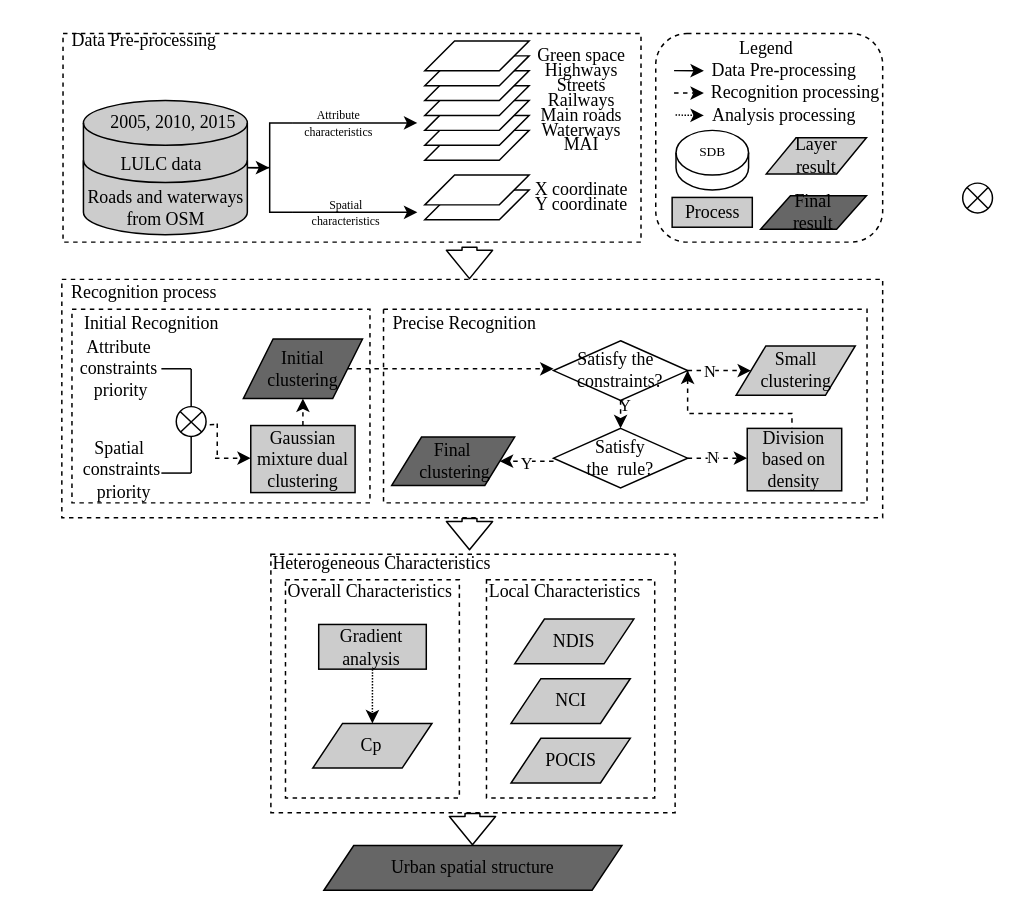
Earlier version of the draw.io diagram Untitled Diagram.drawio (xiaotongtongxue/flowChar). Source tidied: cells renumbered, new cells numbered last; positions are measured from the earlier drawing's top-left corner, leaving out a move shared by most shapes. Both pictures are drawn from the tidied source at 149%, with x=0, y=0 at pixel (52, 25).
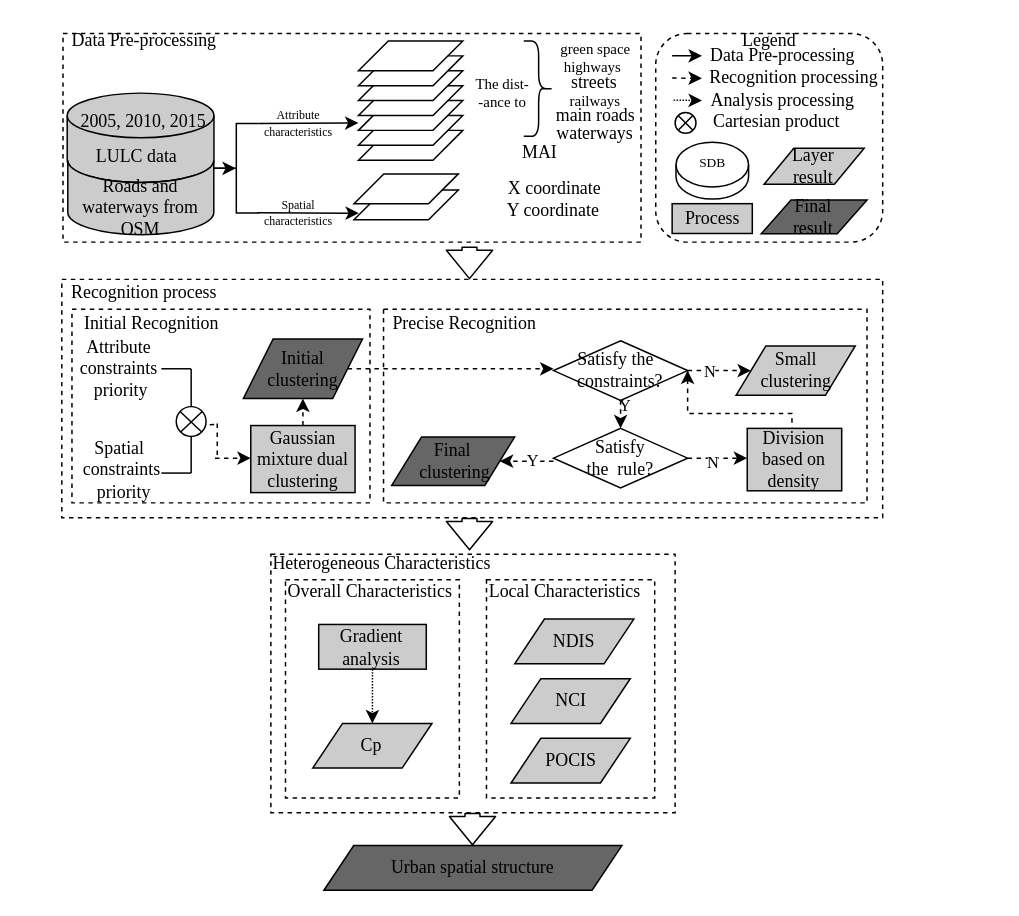
After the change.

What changed in the source:
```diff
@@
+    <mxCell id="7" style="rounded=0;whiteSpace=wrap;html=1;dashed=1;fillColor=none;" parent="1" vertex="1">
+      <mxGeometry x="6.8" y="5" width="387.9" height="140" as="geometry" />
+    </mxCell>
@@
     <mxCell id="6" style="endArrow=classic;html=1;exitX=1;exitY=0;exitDx=0;exitDy=0;exitPerimeter=0;" parent="1" edge="1" source="53">
       <mxGeometry relative="1" as="geometry">
-        <mxPoint x="244.6" y="65" as="targetPoint" />
+        <mxPoint x="205.1" y="65" as="targetPoint" />
       </mxGeometry>
     </mxCell>
-    <mxCell id="7" style="rounded=0;whiteSpace=wrap;html=1;dashed=1;fillColor=none;" parent="1" vertex="1">
-      <mxGeometry x="6.8" y="5" width="387.9" height="140" as="geometry" />
-    </mxCell>
     <mxCell id="8" value="LULC data&amp;nbsp;&amp;nbsp;" style="shape=cylinder3;whiteSpace=wrap;html=1;boundedLbl=1;backgroundOutline=1;size=15;fontFamily=Times New Roman;shadow=0;fillColor=#CCCCCC;" parent="1" vertex="1">
-      <mxGeometry x="20.5" y="50" width="110" height="60" as="geometry" />
+      <mxGeometry x="9.6" y="45" width="98.5" height="60" as="geometry" />
     </mxCell>
     <mxCell id="9" value="2005, 2010, 2015" style="text;html=1;strokeColor=none;fillColor=none;align=center;verticalAlign=middle;whiteSpace=wrap;rounded=0;fontFamily=Times New Roman;" parent="1" vertex="1">
-      <mxGeometry x="0.5" y="60" width="160" height="10" as="geometry" />
+      <mxGeometry x="-18.9" y="59" width="160" height="10" as="geometry" />
     </mxCell>
     <mxCell id="10" value="&lt;span&gt;Roads and waterways from OSM&lt;/span&gt;" style="shape=cylinder3;whiteSpace=wrap;html=1;boundedLbl=1;backgroundOutline=1;size=15;lid=0;fontFamily=Times New Roman;fillColor=#CCCCCC;" parent="1" vertex="1">
-      <mxGeometry x="20.5" y="90" width="110" height="50" as="geometry" />
+      <mxGeometry x="10" y="90" width="98" height="50" as="geometry" />
     </mxCell>
     <mxCell id="11" style="shape=parallelogram;perimeter=parallelogramPerimeter;whiteSpace=wrap;html=1;fixedSize=1;fontFamily=Times New Roman;" parent="1" vertex="1">
-      <mxGeometry x="249.6" y="70" width="70" height="20" as="geometry" />
+      <mxGeometry x="205.1" y="70" width="70" height="20" as="geometry" />
     </mxCell>
     <mxCell id="12" style="shape=parallelogram;perimeter=parallelogramPerimeter;whiteSpace=wrap;html=1;fixedSize=1;fontFamily=Times New Roman;" parent="1" vertex="1">
-      <mxGeometry x="249.6" y="60" width="70" height="20" as="geometry" />
+      <mxGeometry x="205.1" y="60" width="70" height="20" as="geometry" />
     </mxCell>
     <mxCell id="13" style="shape=parallelogram;perimeter=parallelogramPerimeter;whiteSpace=wrap;html=1;fixedSize=1;fontFamily=Times New Roman;" parent="1" vertex="1">
-      <mxGeometry x="249.6" y="50" width="70" height="20" as="geometry" />
+      <mxGeometry x="205.1" y="50" width="70" height="20" as="geometry" />
     </mxCell>
     <mxCell id="14" style="shape=parallelogram;perimeter=parallelogramPerimeter;whiteSpace=wrap;html=1;fixedSize=1;fontFamily=Times New Roman;" parent="1" vertex="1">
-      <mxGeometry x="249.6" y="40" width="70" height="20" as="geometry" />
+      <mxGeometry x="205.1" y="40" width="70" height="20" as="geometry" />
     </mxCell>
     <mxCell id="15" style="shape=parallelogram;perimeter=parallelogramPerimeter;whiteSpace=wrap;html=1;fixedSize=1;fontFamily=Times New Roman;" parent="1" vertex="1">
-      <mxGeometry x="249.6" y="30" width="70" height="20" as="geometry" />
+      <mxGeometry x="205.1" y="30" width="70" height="20" as="geometry" />
     </mxCell>
     <mxCell id="16" style="shape=parallelogram;perimeter=parallelogramPerimeter;whiteSpace=wrap;html=1;fixedSize=1;fontFamily=Times New Roman;" parent="1" vertex="1">
-      <mxGeometry x="249.6" y="20" width="70" height="20" as="geometry" />
+      <mxGeometry x="205.1" y="20" width="70" height="20" as="geometry" />
     </mxCell>
     <mxCell id="17" style="shape=parallelogram;perimeter=parallelogramPerimeter;whiteSpace=wrap;html=1;fixedSize=1;fontFamily=Times New Roman;" parent="1" vertex="1">
-      <mxGeometry x="249.6" y="10" width="70" height="20" as="geometry" />
+      <mxGeometry x="205.1" y="10" width="70" height="20" as="geometry" />
     </mxCell>
     <mxCell id="18" style="shape=parallelogram;perimeter=parallelogramPerimeter;whiteSpace=wrap;html=1;fixedSize=1;fontFamily=Times New Roman;" parent="1" vertex="1">
-      <mxGeometry x="249.6" y="110" width="70" height="20" as="geometry" />
+      <mxGeometry x="202.1" y="110" width="70" height="20" as="geometry" />
     </mxCell>
     <mxCell id="19" style="shape=parallelogram;perimeter=parallelogramPerimeter;whiteSpace=wrap;html=1;fixedSize=1;fontFamily=Times New Roman;" parent="1" vertex="1">
-      <mxGeometry x="249.6" y="100" width="70" height="20" as="geometry" />
+      <mxGeometry x="202.1" y="99.2" width="70" height="20" as="geometry" />
     </mxCell>
-    <mxCell id="20" value="&lt;div&gt;Green space&lt;/div&gt;" style="text;html=1;strokeColor=none;fillColor=none;align=center;verticalAlign=middle;whiteSpace=wrap;rounded=0;fontFamily=Times New Roman;" parent="1" vertex="1">
-      <mxGeometry x="309.6" y="10" width="90" height="20" as="geometry" />
+    <mxCell id="20" value="&lt;div&gt;&lt;font style=&quot;font-size: 10px;&quot;&gt;green space&lt;/font&gt;&lt;/div&gt;" style="text;html=1;strokeColor=none;fillColor=none;align=center;verticalAlign=middle;whiteSpace=wrap;rounded=0;fontFamily=Times New Roman;" parent="1" vertex="1">
+      <mxGeometry x="324.5" y="5" width="78.6" height="20" as="geometry" />
     </mxCell>
-    <mxCell id="21" value="&lt;div&gt;Highways&lt;/div&gt;" style="text;html=1;strokeColor=none;fillColor=none;align=center;verticalAlign=middle;whiteSpace=wrap;rounded=0;fontFamily=Times New Roman;" parent="1" vertex="1">
-      <mxGeometry x="309.6" y="20" width="90" height="20" as="geometry" />
+    <mxCell id="21" value="&lt;div&gt;&lt;font style=&quot;font-size: 10px;&quot;&gt;highways&lt;/font&gt;&lt;/div&gt;" style="text;html=1;strokeColor=none;fillColor=none;align=center;verticalAlign=middle;whiteSpace=wrap;rounded=0;fontFamily=Times New Roman;" parent="1" vertex="1">
+      <mxGeometry x="328" y="17" width="68.6" height="20" as="geometry" />
     </mxCell>
-    <mxCell id="22" value="Streets" style="text;html=1;strokeColor=none;fillColor=none;align=center;verticalAlign=middle;whiteSpace=wrap;rounded=0;fontFamily=Times New Roman;" parent="1" vertex="1">
-      <mxGeometry x="309.6" y="35" width="90" height="10" as="geometry" />
+    <mxCell id="22" value="streets" style="text;html=1;strokeColor=none;fillColor=none;align=center;verticalAlign=middle;whiteSpace=wrap;rounded=0;fontFamily=Times New Roman;" parent="1" vertex="1">
+      <mxGeometry x="338.4" y="33" width="50.9" height="10" as="geometry" />
     </mxCell>
-    <mxCell id="23" value="&lt;div&gt;Railways&lt;/div&gt;" style="text;html=1;strokeColor=none;fillColor=none;align=center;verticalAlign=middle;whiteSpace=wrap;rounded=0;fontFamily=Times New Roman;" parent="1" vertex="1">
-      <mxGeometry x="309.6" y="40" width="90" height="20" as="geometry" />
+    <mxCell id="23" value="&lt;div&gt;&lt;font style=&quot;font-size: 10px;&quot;&gt;&amp;nbsp;railways&lt;/font&gt;&lt;/div&gt;" style="text;html=1;strokeColor=none;fillColor=none;align=center;verticalAlign=middle;whiteSpace=wrap;rounded=0;fontFamily=Times New Roman;" parent="1" vertex="1">
+      <mxGeometry x="326.5" y="40" width="71.6" height="20" as="geometry" />
     </mxCell>
-    <mxCell id="24" value="&lt;div&gt;Main roads&lt;/div&gt;" style="text;html=1;strokeColor=none;fillColor=none;align=center;verticalAlign=middle;whiteSpace=wrap;rounded=0;fontFamily=Times New Roman;" parent="1" vertex="1">
-      <mxGeometry x="309.6" y="50" width="90" height="20" as="geometry" />
+    <mxCell id="24" value="&lt;div&gt;main roads&lt;/div&gt;" style="text;html=1;strokeColor=none;fillColor=none;align=center;verticalAlign=middle;whiteSpace=wrap;rounded=0;fontFamily=Times New Roman;" parent="1" vertex="1">
+      <mxGeometry x="330.5" y="50" width="66.6" height="20" as="geometry" />
     </mxCell>
-    <mxCell id="25" value="&lt;div&gt;Waterways&lt;/div&gt;" style="text;html=1;strokeColor=none;fillColor=none;align=center;verticalAlign=middle;whiteSpace=wrap;rounded=0;fontFamily=Times New Roman;" parent="1" vertex="1">
-      <mxGeometry x="309.6" y="60" width="90" height="20" as="geometry" />
+    <mxCell id="25" value="&lt;div&gt;waterways&lt;/div&gt;" style="text;html=1;strokeColor=none;fillColor=none;align=center;verticalAlign=middle;whiteSpace=wrap;rounded=0;fontFamily=Times New Roman;" parent="1" vertex="1">
+      <mxGeometry x="331" y="62" width="65.6" height="20" as="geometry" />
     </mxCell>
     <mxCell id="26" value="&lt;div&gt;MAI&lt;/div&gt;" style="text;html=1;strokeColor=none;fillColor=none;align=center;verticalAlign=middle;whiteSpace=wrap;rounded=0;fontFamily=Times New Roman;" parent="1" vertex="1">
-      <mxGeometry x="309.6" y="70" width="90" height="20" as="geometry" />
+      <mxGeometry x="282" y="75" width="90" height="20" as="geometry" />
     </mxCell>
     <mxCell id="27" value="&lt;div&gt;X coordinate&lt;/div&gt;" style="text;html=1;strokeColor=none;fillColor=none;align=center;verticalAlign=middle;whiteSpace=wrap;rounded=0;fontFamily=Times New Roman;" parent="1" vertex="1">
-      <mxGeometry x="309.6" y="100" width="90" height="20" as="geometry" />
+      <mxGeometry x="291.9" y="99.2" width="90" height="20" as="geometry" />
     </mxCell>
     <mxCell id="28" value="Y coordinate" style="text;html=1;strokeColor=none;fillColor=none;align=center;verticalAlign=middle;whiteSpace=wrap;rounded=0;fontFamily=Times New Roman;" parent="1" vertex="1">
-      <mxGeometry x="309.6" y="110" width="90" height="20" as="geometry" />
+      <mxGeometry x="291" y="113.8" width="90" height="20" as="geometry" />
     </mxCell>
@@
     <mxCell id="42" style="endArrow=classic;html=1;fontFamily=Times New Roman;dashed=1;dashPattern=1 1;" parent="1" edge="1">
       <mxGeometry relative="1" as="geometry">
-        <mxPoint x="417.9" y="59.7" as="sourcePoint" />
-        <mxPoint x="436.9" y="60" as="targetPoint" />
+        <mxPoint x="416.6" y="49.7" as="sourcePoint" />
+        <mxPoint x="435.6" y="50" as="targetPoint" />
       </mxGeometry>
     </mxCell>
     <mxCell id="43" value="Data Pre-processing" style="text;html=1;strokeColor=none;fillColor=none;align=center;verticalAlign=middle;whiteSpace=wrap;rounded=0;fontFamily=Times New Roman;" parent="1" vertex="1">
-      <mxGeometry x="430.9" y="20" width="119.7" height="20" as="geometry" />
+      <mxGeometry x="429.7" y="10" width="119.7" height="20" as="geometry" />
     </mxCell>
     <mxCell id="44" value="Analysis processing" style="text;html=1;strokeColor=none;fillColor=none;align=center;verticalAlign=middle;whiteSpace=wrap;rounded=0;fontFamily=Times New Roman;" parent="1" vertex="1">
-      <mxGeometry x="440.9" y="50" width="99.7" height="20" as="geometry" />
+      <mxGeometry x="439.7" y="40" width="99.7" height="20" as="geometry" />
     </mxCell>
     <mxCell id="45" value="Layer&lt;br&gt;result" style="shape=parallelogram;perimeter=parallelogramPerimeter;whiteSpace=wrap;html=1;fixedSize=1;strokeWidth=1;fontFamily=Times New Roman;fontColor=#000000;fillColor=#CCCCCC;" parent="1" vertex="1">
-      <mxGeometry x="478.8" y="75" width="67.2" height="24.2" as="geometry" />
+      <mxGeometry x="477.3" y="82" width="67.2" height="24.2" as="geometry" />
     </mxCell>
     <mxCell id="46" value="Final&lt;br&gt;result" style="shape=parallelogram;perimeter=parallelogramPerimeter;whiteSpace=wrap;html=1;fixedSize=1;strokeWidth=1;fontFamily=Times New Roman;fontColor=#000000;fillColor=#666666;" parent="1" vertex="1">
-      <mxGeometry x="475" y="113.8" width="71" height="22.5" as="geometry" />
+      <mxGeometry x="475.4" y="116.8" width="71" height="22.5" as="geometry" />
     </mxCell>
     <mxCell id="47" value="Legend" style="text;html=1;strokeColor=none;fillColor=none;align=center;verticalAlign=middle;whiteSpace=wrap;rounded=0;fontFamily=Times New Roman;" parent="1" vertex="1">
-      <mxGeometry x="433.6" y="5" width="90" height="20" as="geometry" />
+      <mxGeometry x="435.7" width="90" height="20" as="geometry" />
     </mxCell>
     <mxCell id="48" style="endArrow=classic;html=1;fontFamily=Times New Roman;" parent="1" edge="1">
       <mxGeometry relative="1" as="geometry">
-        <mxPoint x="416.9" y="29.9" as="sourcePoint" />
-        <mxPoint x="436.9" y="30" as="targetPoint" />
+        <mxPoint x="415.6" y="19.9" as="sourcePoint" />
+        <mxPoint x="435.6" y="20" as="targetPoint" />
       </mxGeometry>
     </mxCell>
     <mxCell id="49" style="endArrow=classic;html=1;fontFamily=Times New Roman;dashed=1;" parent="1" edge="1">
       <mxGeometry relative="1" as="geometry">
-        <mxPoint x="416.9" y="44.9" as="sourcePoint" />
-        <mxPoint x="436.9" y="45" as="targetPoint" />
+        <mxPoint x="415.6" y="34.9" as="sourcePoint" />
+        <mxPoint x="435.6" y="35" as="targetPoint" />
         <Array as="points">
-          <mxPoint x="417.4" y="44.9" />
+          <mxPoint x="416.1" y="34.9" />
         </Array>
       </mxGeometry>
     </mxCell>
@@
     <mxCell id="51" value="&lt;span style=&quot;font-family: &amp;#34;times new roman&amp;#34;&quot;&gt;Process&lt;/span&gt;" style="rounded=0;whiteSpace=wrap;html=1;fillColor=#CCCCCC;" parent="1" vertex="1">
-      <mxGeometry x="415.6" y="115" width="53.8" height="20" as="geometry" />
+      <mxGeometry x="415.6" y="119.2" width="53.8" height="20" as="geometry" />
     </mxCell>
@@
     <mxCell id="53" style="strokeWidth=1;html=1;shape=mxgraph.flowchart.annotation_2;align=left;labelPosition=right;fillColor=none;" parent="1" vertex="1">
-      <mxGeometry x="130.5" y="65" width="30" height="60" as="geometry" />
+      <mxGeometry x="108.1" y="65.4" width="30" height="60" as="geometry" />
     </mxCell>
@@
     <mxCell id="60" value="&lt;font style=&quot;font-size: 8px&quot;&gt;&lt;font face=&quot;Times New Roman&quot;&gt;Attribute&lt;br&gt;characteristics&lt;/font&gt;&lt;br&gt;&lt;/font&gt;" style="text;html=1;strokeColor=none;fillColor=none;align=center;verticalAlign=middle;whiteSpace=wrap;rounded=0;fontSize=9;" parent="1" vertex="1">
-      <mxGeometry x="172.4" y="55" width="40" height="20" as="geometry" />
+      <mxGeometry x="144.6" y="55" width="40" height="20" as="geometry" />
     </mxCell>
-    <mxCell id="61" style="endArrow=classic;html=1;exitX=1;exitY=0;exitDx=0;exitDy=0;exitPerimeter=0;" parent="1" edge="1">
-      <mxGeometry relative="1" as="geometry">
-        <mxPoint x="160.5" y="125" as="sourcePoint" />
-        <mxPoint x="244.6" y="125" as="targetPoint" />
-      </mxGeometry>
+    <mxCell id="61" style="endArrow=classic;html=1;entryX=0.047;entryY=0.779;entryDx=0;entryDy=0;entryPerimeter=0;exitX=0.977;exitY=0.999;exitDx=0;exitDy=0;exitPerimeter=0;" parent="1" edge="1" source="53" target="18">
+      <mxGeometry relative="1" as="geometry" />
     </mxCell>
     <mxCell id="62" value="&lt;font style=&quot;font-size: 8px&quot;&gt;&lt;font face=&quot;Times New Roman&quot;&gt;Spatial&lt;br&gt;characteristics&lt;/font&gt;&lt;br&gt;&lt;/font&gt;" style="text;html=1;strokeColor=none;fillColor=none;align=center;verticalAlign=middle;whiteSpace=wrap;rounded=0;fontSize=9;" parent="1" vertex="1">
-      <mxGeometry x="177.1" y="110" width="40" height="30" as="geometry" />
+      <mxGeometry x="144.6" y="110" width="40" height="30" as="geometry" />
     </mxCell>
@@
     <mxCell id="80" style="shape=cylinder3;whiteSpace=wrap;html=1;boundedLbl=1;backgroundOutline=1;size=15;fontSize=9;align=center;" parent="1" vertex="1">
-      <mxGeometry x="418.2" y="70" width="48.7" height="40" as="geometry" />
+      <mxGeometry x="418.2" y="78" width="48.7" height="38.1" as="geometry" />
     </mxCell>
     <mxCell id="81" value="Recognition processing" style="text;html=1;strokeColor=none;fillColor=none;align=center;verticalAlign=middle;whiteSpace=wrap;rounded=0;fontFamily=Times New Roman;" parent="1" vertex="1">
-      <mxGeometry x="437.2" y="35" width="122.5" height="20" as="geometry" />
+      <mxGeometry x="436" y="25" width="122.5" height="20" as="geometry" />
     </mxCell>
     <mxCell id="82" value="&lt;font face=&quot;Times New Roman&quot;&gt;SDB&lt;/font&gt;" style="text;html=1;strokeColor=none;fillColor=none;align=center;verticalAlign=middle;whiteSpace=wrap;rounded=0;fontSize=9;" parent="1" vertex="1">
-      <mxGeometry x="422.5" y="75" width="40" height="20" as="geometry" />
+      <mxGeometry x="422.5" y="82" width="40" height="20" as="geometry" />
     </mxCell>
@@
     <mxCell id="90" style="ellipse;whiteSpace=wrap;html=1;" parent="1" vertex="1">
-      <mxGeometry x="610.6" y="105.4" width="20" height="20" as="geometry" />
+      <mxGeometry x="417.6" y="58" width="14" height="14" as="geometry" />
     </mxCell>
@@
     <mxCell id="98" value="N&lt;br&gt;" style="edgeLabel;html=1;align=center;verticalAlign=middle;fontFamily=Times New Roman;fontColor=#000000;" parent="1" vertex="1">
-      <mxGeometry x="458.5" y="240" as="geometry">
+      <mxGeometry x="458.5" y="243" as="geometry">
         <mxPoint x="-16" y="49" as="offset" />
       </mxGeometry>
     </mxCell>
     <mxCell id="99" value="Y" style="edgeLabel;html=1;align=center;verticalAlign=middle;fontFamily=Times New Roman;fontColor=#000000;" parent="1" vertex="1">
-      <mxGeometry x="442.5" y="245.1" as="geometry">
+      <mxGeometry x="446" y="243" as="geometry">
         <mxPoint x="-125" y="48" as="offset" />
       </mxGeometry>
     </mxCell>
+    <mxCell id="100" value="&lt;div style=&quot;font-size: 10px;&quot;&gt;The dist-&lt;/div&gt;&lt;div style=&quot;font-size: 10px;&quot;&gt;-ance&amp;nbsp;&lt;span style=&quot;background-color: initial;&quot;&gt;to&lt;/span&gt;&lt;/div&gt;" style="text;html=1;strokeColor=none;fillColor=none;align=center;verticalAlign=middle;whiteSpace=wrap;rounded=0;fontFamily=Times New Roman;" parent="1" vertex="1">
+      <mxGeometry x="265" y="35" width="74" height="20" as="geometry" />
+    </mxCell>
+    <mxCell id="101" style="shape=curlyBracket;whiteSpace=wrap;html=1;rounded=1;flipH=1;fontSize=10;" parent="1" vertex="1">
+      <mxGeometry x="316" y="10" width="20" height="64" as="geometry" />
+    </mxCell>
+    <mxCell id="102" value="Cartesian product" style="text;html=1;strokeColor=none;fillColor=none;align=center;verticalAlign=middle;whiteSpace=wrap;rounded=0;fontFamily=Times New Roman;" parent="1" vertex="1">
+      <mxGeometry x="436" y="54" width="99.7" height="20" as="geometry" />
+    </mxCell>
```
